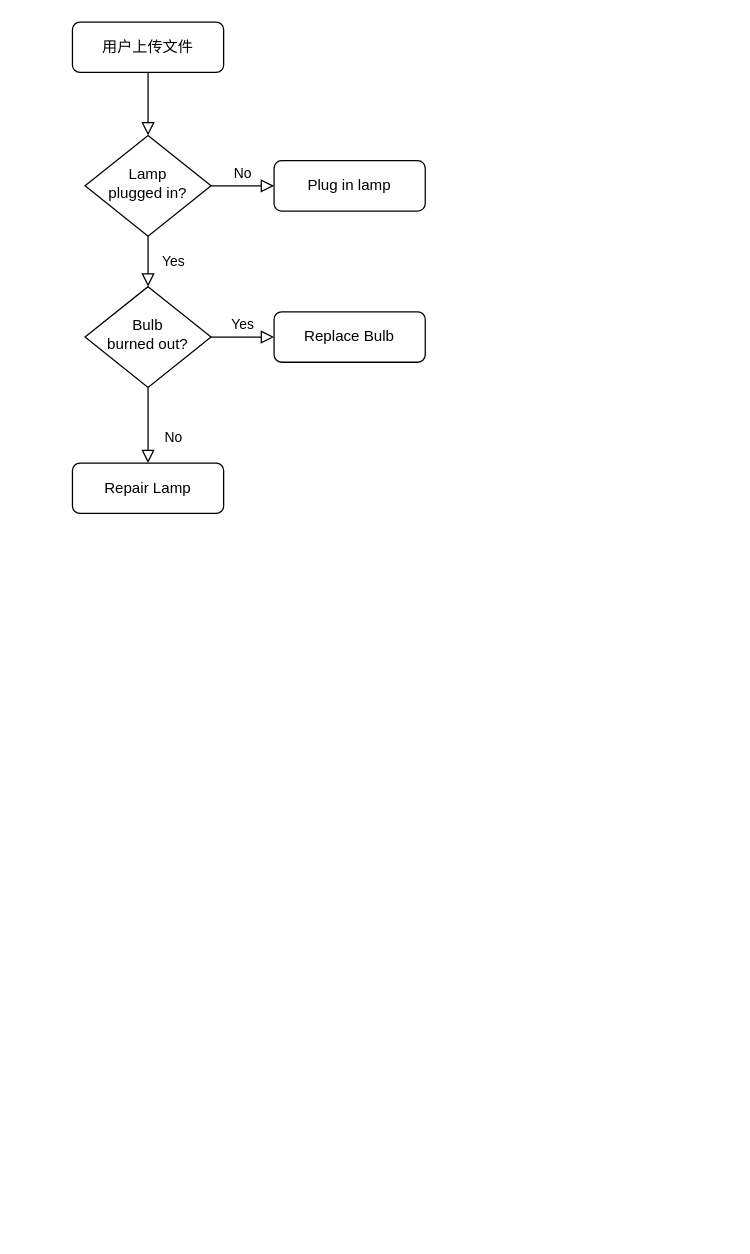
Above: 未命名绘图.drawio in frede2010/drawio (draw.io), before the change. Source tidied: cells renumbered, new cells numbered last; positions are measured from the earlier drawing's top-left corner, leaving out a move shared by most shapes. Both pictures are drawn from the tidied source at 126%, with x=0, y=0 at pixel (72, 21).
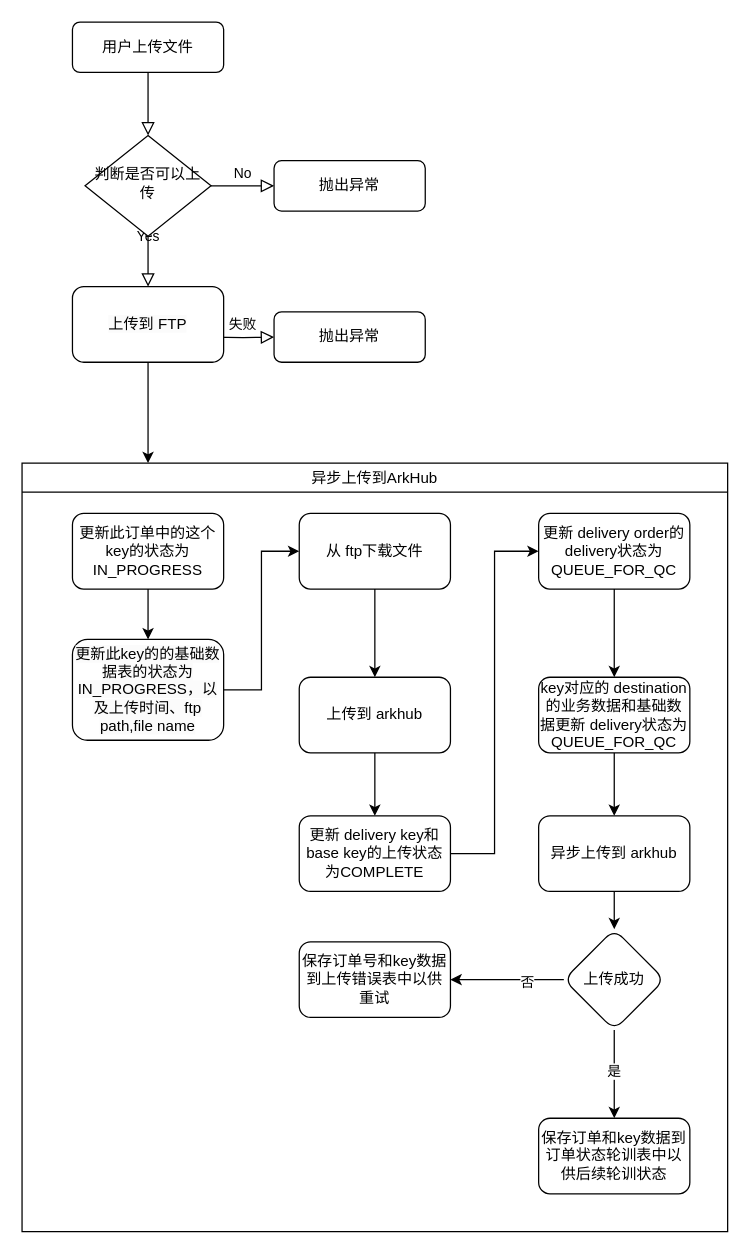
The same diagram, later.

Change to the diagram source:
```diff
@@
-    <mxCell id="4" value="Yes" style="rounded=0;html=1;jettySize=auto;fontSize=11;endArrow=block;endFill=0;endSize=8;strokeWidth=1;shadow=0;labelBackgroundColor=none;edgeStyle=orthogonalEdgeStyle;" parent="1" edge="1" source="6" target="10">
-      <mxGeometry y="20" relative="1" as="geometry" />
+    <mxCell id="4" value="Yes" style="rounded=0;html=1;jettySize=auto;fontSize=11;endArrow=block;endFill=0;endSize=8;strokeWidth=1;shadow=0;labelBackgroundColor=none;edgeStyle=orthogonalEdgeStyle;" parent="1" edge="1" source="6">
+      <mxGeometry y="20" relative="1" as="geometry">
+        <mxPoint x="60" y="210" as="targetPoint" />
+      </mxGeometry>
     </mxCell>
@@
-    <mxCell id="6" value="Lamp&lt;br&gt;plugged in?" style="rhombus;whiteSpace=wrap;html=1;shadow=0;fontFamily=Helvetica;fontSize=12;align=center;strokeWidth=1;spacing=6;spacingTop=-4;" parent="1" vertex="1">
+    <mxCell id="6" value="判断是否可以上传" style="rhombus;whiteSpace=wrap;html=1;shadow=0;fontFamily=Helvetica;fontSize=12;align=center;strokeWidth=1;spacing=6;spacingTop=-4;" parent="1" vertex="1">
       <mxGeometry x="10" y="90" width="100" height="80" as="geometry" />
     </mxCell>
-    <mxCell id="7" value="Plug in lamp" style="rounded=1;whiteSpace=wrap;html=1;fontSize=12;glass=0;strokeWidth=1;shadow=0;" parent="1" vertex="1">
+    <mxCell id="7" value="抛出异常" style="rounded=1;whiteSpace=wrap;html=1;fontSize=12;glass=0;strokeWidth=1;shadow=0;" parent="1" vertex="1">
       <mxGeometry x="160" y="110" width="120" height="40" as="geometry" />
     </mxCell>
-    <mxCell id="8" value="No" style="rounded=0;html=1;jettySize=auto;fontSize=11;endArrow=block;endFill=0;endSize=8;strokeWidth=1;shadow=0;labelBackgroundColor=none;edgeStyle=orthogonalEdgeStyle;" parent="1" edge="1" source="10" target="11">
-      <mxGeometry x="0.33" y="20" relative="1" as="geometry" />
-    </mxCell>
-    <mxCell id="9" value="Yes" style="edgeStyle=orthogonalEdgeStyle;rounded=0;html=1;jettySize=auto;fontSize=11;endArrow=block;endFill=0;endSize=8;strokeWidth=1;shadow=0;labelBackgroundColor=none;" parent="1" edge="1" source="10" target="12">
-      <mxGeometry y="10" relative="1" as="geometry" />
+    <mxCell id="9" value="失败" style="edgeStyle=orthogonalEdgeStyle;rounded=0;html=1;jettySize=auto;fontSize=11;endArrow=block;endFill=0;endSize=8;strokeWidth=1;shadow=0;labelBackgroundColor=none;" parent="1" edge="1" target="12">
+      <mxGeometry y="10" relative="1" as="geometry">
+        <mxPoint x="110" y="250" as="sourcePoint" />
+      </mxGeometry>
     </mxCell>
-    <mxCell id="10" value="Bulb&lt;br&gt;burned out?" style="rhombus;whiteSpace=wrap;html=1;shadow=0;fontFamily=Helvetica;fontSize=12;align=center;strokeWidth=1;spacing=6;spacingTop=-4;" parent="1" vertex="1">
-      <mxGeometry x="10" y="210" width="100" height="80" as="geometry" />
-    </mxCell>
-    <mxCell id="11" value="Repair Lamp" style="rounded=1;whiteSpace=wrap;html=1;fontSize=12;glass=0;strokeWidth=1;shadow=0;" parent="1" vertex="1">
-      <mxGeometry y="350" width="120" height="40" as="geometry" />
-    </mxCell>
-    <mxCell id="12" value="Replace Bulb" style="rounded=1;whiteSpace=wrap;html=1;fontSize=12;glass=0;strokeWidth=1;shadow=0;" parent="1" vertex="1">
+    <mxCell id="12" value="抛出异常" style="rounded=1;whiteSpace=wrap;html=1;fontSize=12;glass=0;strokeWidth=1;shadow=0;" parent="1" vertex="1">
       <mxGeometry x="160" y="230" width="120" height="40" as="geometry" />
     </mxCell>
+    <mxCell id="13" style="edgeStyle=orthogonalEdgeStyle;rounded=0;jettySize=auto;html=1;" parent="1" edge="1" source="14">
+      <mxGeometry relative="1" as="geometry">
+        <mxPoint x="60" y="350" as="targetPoint" />
+      </mxGeometry>
+    </mxCell>
+    <mxCell id="14" value="&lt;span style=&quot;color: rgb(0, 0, 0); font-family: Helvetica; font-size: 12px; font-style: normal; font-variant-ligatures: normal; font-variant-caps: normal; font-weight: 400; letter-spacing: normal; orphans: 2; text-align: center; text-indent: 0px; text-transform: none; widows: 2; word-spacing: 0px; -webkit-text-stroke-width: 0px; white-space: normal; background-color: rgb(251, 251, 251); text-decoration-thickness: initial; text-decoration-style: initial; text-decoration-color: initial; display: inline !important; float: none;&quot;&gt;上传到 FTP&lt;/span&gt;" style="rounded=1;whiteSpace=wrap;html=1;" parent="1" vertex="1">
+      <mxGeometry y="210" width="120" height="60" as="geometry" />
+    </mxCell>
+    <mxCell id="15" value="&lt;span style=&quot;font-weight: 400;&quot;&gt;异步上传到ArkHub&lt;/span&gt;" style="swimlane;whiteSpace=wrap;html=1;" parent="1" vertex="1">
+      <mxGeometry x="-40" y="350" width="560" height="610" as="geometry" />
+    </mxCell>
+    <mxCell id="16" style="edgeStyle=orthogonalEdgeStyle;rounded=0;jettySize=auto;html=1;" parent="15" edge="1" source="17" target="19">
+      <mxGeometry relative="1" as="geometry" />
+    </mxCell>
+    <mxCell id="17" value="更新此订单中的这个 key的状态为IN_PROGRESS" style="rounded=1;whiteSpace=wrap;html=1;" parent="15" vertex="1">
+      <mxGeometry x="40" y="40" width="120" height="60" as="geometry" />
+    </mxCell>
+    <mxCell id="18" style="edgeStyle=orthogonalEdgeStyle;rounded=0;jettySize=auto;html=1;entryX=0;entryY=0.5;entryDx=0;entryDy=0;" parent="15" edge="1" source="19" target="21">
+      <mxGeometry relative="1" as="geometry" />
+    </mxCell>
+    <mxCell id="19" value="&lt;span style=&quot;color: rgb(0, 0, 0); font-family: Helvetica; font-size: 12px; font-style: normal; font-variant-ligatures: normal; font-variant-caps: normal; font-weight: 400; letter-spacing: normal; orphans: 2; text-align: center; text-indent: 0px; text-transform: none; widows: 2; word-spacing: 0px; -webkit-text-stroke-width: 0px; white-space: normal; background-color: rgb(251, 251, 251); text-decoration-thickness: initial; text-decoration-style: initial; text-decoration-color: initial; display: inline !important; float: none;&quot;&gt;更新此key的的基础数据表的状态为IN_PROGRESS，以及上传时间、ftp path,file name&lt;/span&gt;" style="whiteSpace=wrap;html=1;rounded=1;" parent="15" vertex="1">
+      <mxGeometry x="40" y="140" width="120" height="80" as="geometry" />
+    </mxCell>
+    <mxCell id="20" style="edgeStyle=orthogonalEdgeStyle;rounded=0;jettySize=auto;html=1;" parent="15" edge="1" source="21" target="23">
+      <mxGeometry relative="1" as="geometry" />
+    </mxCell>
+    <mxCell id="21" value="从 ftp下载文件" style="whiteSpace=wrap;html=1;rounded=1;" parent="15" vertex="1">
+      <mxGeometry x="220" y="40" width="120" height="60" as="geometry" />
+    </mxCell>
+    <mxCell id="22" style="edgeStyle=orthogonalEdgeStyle;rounded=0;jettySize=auto;html=1;" parent="15" edge="1" source="23" target="25">
+      <mxGeometry relative="1" as="geometry" />
+    </mxCell>
+    <mxCell id="23" value="上传到 arkhub" style="whiteSpace=wrap;html=1;rounded=1;" parent="15" vertex="1">
+      <mxGeometry x="220" y="170" width="120" height="60" as="geometry" />
+    </mxCell>
+    <mxCell id="24" style="edgeStyle=orthogonalEdgeStyle;rounded=0;jettySize=auto;html=1;entryX=0;entryY=0.5;entryDx=0;entryDy=0;" parent="15" edge="1" source="25" target="27">
+      <mxGeometry relative="1" as="geometry" />
+    </mxCell>
+    <mxCell id="25" value="更新 delivery key和 base key的上传状态为COMPLETE" style="whiteSpace=wrap;html=1;rounded=1;" parent="15" vertex="1">
+      <mxGeometry x="220" y="280" width="120" height="60" as="geometry" />
+    </mxCell>
+    <mxCell id="26" style="edgeStyle=orthogonalEdgeStyle;rounded=0;jettySize=auto;html=1;" parent="15" edge="1" source="27" target="29">
+      <mxGeometry relative="1" as="geometry" />
+    </mxCell>
+    <mxCell id="27" value="更新 delivery order的delivery状态为QUEUE_FOR_QC" style="whiteSpace=wrap;html=1;rounded=1;" parent="15" vertex="1">
+      <mxGeometry x="410" y="40" width="120" height="60" as="geometry" />
+    </mxCell>
+    <mxCell id="28" style="edgeStyle=orthogonalEdgeStyle;rounded=0;jettySize=auto;html=1;" parent="15" edge="1" source="29" target="31">
+      <mxGeometry relative="1" as="geometry" />
+    </mxCell>
+    <mxCell id="29" value="key对应的 destination的业务数据和基础数据更新 delivery状态为QUEUE_FOR_QC" style="whiteSpace=wrap;html=1;rounded=1;" parent="15" vertex="1">
+      <mxGeometry x="410" y="170" width="120" height="60" as="geometry" />
+    </mxCell>
+    <mxCell id="30" style="edgeStyle=orthogonalEdgeStyle;rounded=0;jettySize=auto;html=1;" parent="15" edge="1" source="31" target="34">
+      <mxGeometry relative="1" as="geometry" />
+    </mxCell>
+    <mxCell id="31" value="异步上传到 arkhub" style="whiteSpace=wrap;html=1;rounded=1;" parent="15" vertex="1">
+      <mxGeometry x="410" y="280" width="120" height="60" as="geometry" />
+    </mxCell>
+    <mxCell id="32" style="edgeStyle=orthogonalEdgeStyle;rounded=0;jettySize=auto;html=1;" parent="15" edge="1" source="34" target="35">
+      <mxGeometry relative="1" as="geometry" />
+    </mxCell>
+    <mxCell id="33" value="是" style="edgeLabel;html=1;align=center;verticalAlign=middle;" parent="32" vertex="1">
+      <mxGeometry x="-0.1" y="-1" relative="1" as="geometry" />
+    </mxCell>
+    <mxCell id="34" value="上传成功" style="rhombus;whiteSpace=wrap;html=1;rounded=1;" parent="15" vertex="1">
+      <mxGeometry x="430" y="370" width="80" height="80" as="geometry" />
+    </mxCell>
+    <mxCell id="35" value="保存订单和key数据到订单状态轮训表中以供后续轮训状态" style="whiteSpace=wrap;html=1;rounded=1;" parent="15" vertex="1">
+      <mxGeometry x="410" y="520" width="120" height="60" as="geometry" />
+    </mxCell>
+    <mxCell id="36" value="保存订单号和key数据到上传错误表中以供重试" style="whiteSpace=wrap;html=1;rounded=1;" parent="15" vertex="1">
+      <mxGeometry x="220" y="380" width="120" height="60" as="geometry" />
+    </mxCell>
+    <mxCell id="37" style="edgeStyle=orthogonalEdgeStyle;rounded=0;jettySize=auto;html=1;" parent="15" edge="1" source="34" target="36">
+      <mxGeometry relative="1" as="geometry" />
+    </mxCell>
+    <mxCell id="38" value="否" style="edgeLabel;html=1;align=center;verticalAlign=middle;" parent="37" vertex="1">
+      <mxGeometry x="-0.33" y="1" relative="1" as="geometry" />
+    </mxCell>
```
